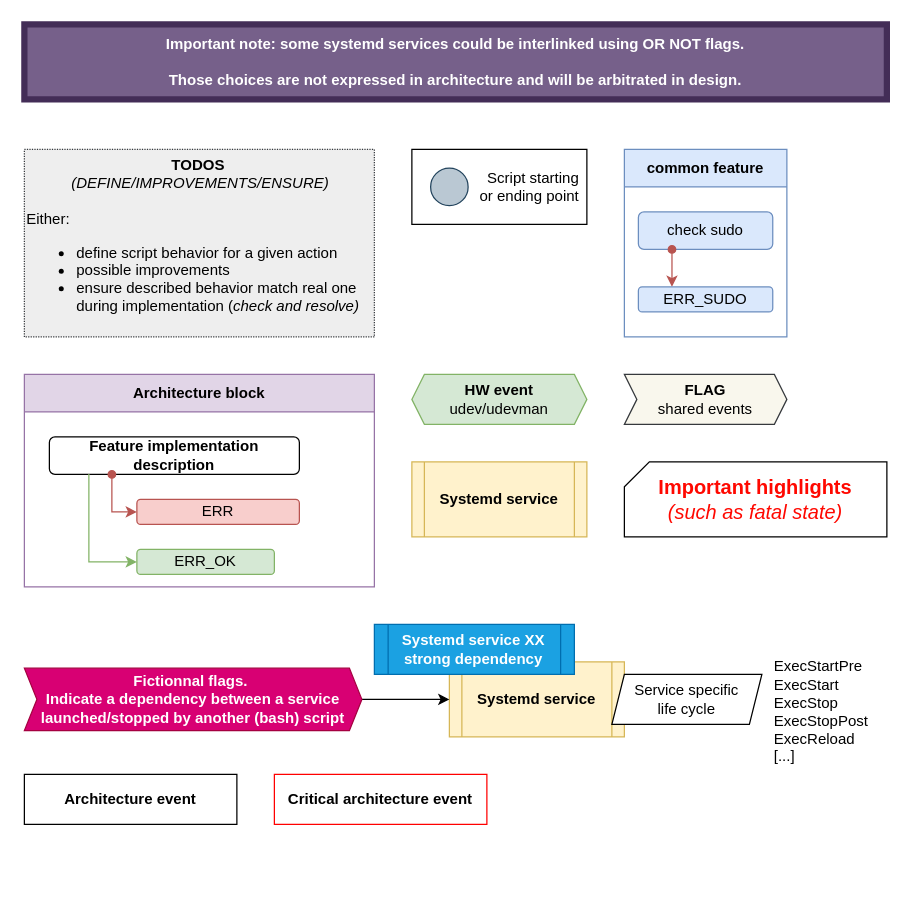
The draw.io diagram page "legend" (2 of 8) of docs/arch/arch.v4.drawio in repeact/embedded-sw, before the edit. Source tidied: cells renumbered, new cells numbered last; positions are measured from the earlier drawing's top-left corner, leaving out a move shared by most shapes. Both pictures are drawn from the tidied source at 125%, with x=0, y=0 at pixel (24, 24).
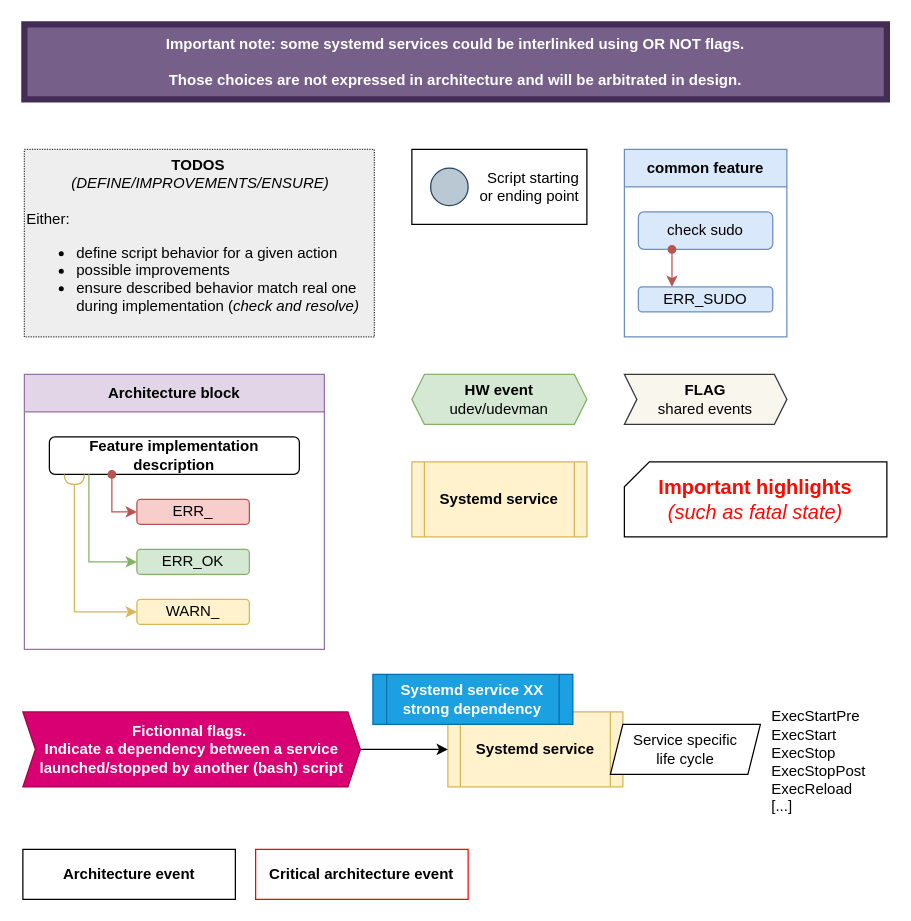
Above is the later version.

The change refers to these unchanged cells:
```xml
<mxCell id="6" value="Feature implementation description" style="rounded=1;whiteSpace=wrap;html=1;fontStyle=1;" parent="5" vertex="1">
  <mxGeometry x="20" y="50" width="200" height="30" as="geometry" />
</mxCell>
```

What changed in the source:
```diff
@@
     <mxCell id="5" value="Architecture block" style="swimlane;whiteSpace=wrap;html=1;startSize=30;fillColor=#e1d5e7;strokeColor=#9673a6;" parent="1" vertex="1">
-      <mxGeometry y="280" width="280" height="170" as="geometry" />
+      <mxGeometry y="280" width="240" height="220" as="geometry" />
     </mxCell>
@@
-    <mxCell id="8" value="ERR" style="rounded=1;whiteSpace=wrap;html=1;fillColor=#f8cecc;strokeColor=#b85450;" parent="5" vertex="1">
-      <mxGeometry x="90" y="100" width="130" height="20" as="geometry" />
+    <mxCell id="8" value="ERR_" style="rounded=1;whiteSpace=wrap;html=1;fillColor=#f8cecc;strokeColor=#b85450;" parent="5" vertex="1">
+      <mxGeometry x="90" y="100" width="90" height="20" as="geometry" />
     </mxCell>
     <mxCell id="9" value="ERR_OK" style="rounded=1;whiteSpace=wrap;html=1;fillColor=#d5e8d4;strokeColor=#82b366;" parent="5" vertex="1">
-      <mxGeometry x="90" y="140" width="110" height="20" as="geometry" />
+      <mxGeometry x="90" y="140" width="90" height="20" as="geometry" />
     </mxCell>
@@
+    <mxCell id="28" value="WARN_" style="rounded=1;whiteSpace=wrap;html=1;fillColor=#fff2cc;strokeColor=#d6b656;" parent="5" vertex="1">
+      <mxGeometry x="90" y="180" width="90" height="20" as="geometry" />
+    </mxCell>
+    <mxCell id="29" style="edgeStyle=orthogonalEdgeStyle;rounded=0;jettySize=auto;html=1;exitX=0.1;exitY=1;exitDx=0;exitDy=0;entryX=0;entryY=0.5;entryDx=0;entryDy=0;fillColor=#fff2cc;strokeColor=#d6b656;startArrow=halfCircle;startFill=0;exitPerimeter=0;" parent="5" edge="1" source="6" target="28">
+      <mxGeometry relative="1" as="geometry">
+        <Array as="points">
+          <mxPoint x="40" y="190" />
+        </Array>
+      </mxGeometry>
+    </mxCell>
@@
     <mxCell id="20" value="&lt;div&gt;&lt;span style=&quot;font-size: 12px;&quot;&gt;&lt;b&gt;Systemd service&lt;/b&gt;&lt;/span&gt;&lt;/div&gt;" style="shape=process;whiteSpace=wrap;html=1;backgroundOutline=1;size=0.07142857142857142;strokeWidth=1;fontSize=8;fillColor=#fff2cc;strokeColor=#d6b656;" parent="1" vertex="1">
-      <mxGeometry x="340" y="510" width="140" height="60" as="geometry" />
+      <mxGeometry x="338.8" y="550" width="140" height="60" as="geometry" />
     </mxCell>
     <mxCell id="21" value="&lt;div&gt;&lt;span style=&quot;font-size: 12px;&quot;&gt;&lt;b&gt;Systemd service XX strong dependency&lt;/b&gt;&lt;/span&gt;&lt;/div&gt;" style="shape=process;whiteSpace=wrap;html=1;backgroundOutline=1;size=0.07142857142857142;strokeWidth=1;fontSize=8;fillColor=#1ba1e2;strokeColor=#006EAF;fontColor=#ffffff;" parent="1" vertex="1">
-      <mxGeometry x="280" y="480" width="160" height="40" as="geometry" />
+      <mxGeometry x="278.8" y="520" width="160" height="40" as="geometry" />
     </mxCell>
@@
     <mxCell id="23" value="&lt;b&gt;Fictionnal flags.&amp;nbsp;&lt;/b&gt;&lt;div&gt;&lt;b&gt;Indicate a dependency between a service launched/stopped by another (bash) script&lt;/b&gt;&lt;/div&gt;" style="shape=step;perimeter=stepPerimeter;whiteSpace=wrap;html=1;fixedSize=1;size=10;fillColor=#d80073;strokeColor=#A50040;fontColor=#ffffff;" parent="1" vertex="1">
-      <mxGeometry y="515" width="270" height="50" as="geometry" />
+      <mxGeometry x="-1.2" y="550" width="270" height="60" as="geometry" />
     </mxCell>
     <mxCell id="24" value="Service specific life cycle" style="shape=parallelogram;perimeter=parallelogramPerimeter;whiteSpace=wrap;html=1;fixedSize=1;size=10;spacingTop=0;spacingLeft=8;spacingRight=8;" parent="1" vertex="1">
-      <mxGeometry x="470" y="520" width="120" height="40" as="geometry" />
+      <mxGeometry x="468.8" y="560" width="120" height="40" as="geometry" />
     </mxCell>
     <mxCell id="25" value="&lt;div style=&quot;&quot;&gt;&lt;span style=&quot;background-color: transparent; color: light-dark(rgb(0, 0, 0), rgb(255, 255, 255));&quot;&gt;ExecStartPre&lt;/span&gt;&lt;/div&gt;ExecStart&lt;div&gt;ExecStop&lt;/div&gt;&lt;div&gt;ExecStopPost&lt;/div&gt;&lt;div&gt;ExecReload&lt;/div&gt;&lt;div&gt;[...]&lt;/div&gt;" style="text;html=1;whiteSpace=wrap;strokeColor=none;fillColor=none;align=left;verticalAlign=middle;rounded=0;" parent="1" vertex="1">
-      <mxGeometry x="597.5" y="500" width="85" height="100" as="geometry" />
+      <mxGeometry x="596.2" y="540" width="85" height="100" as="geometry" />
     </mxCell>
     <mxCell id="26" value="&lt;b&gt;Architecture event&lt;/b&gt;" style="rounded=0;whiteSpace=wrap;html=1;strokeWidth=1;" parent="1" vertex="1">
-      <mxGeometry y="600" width="170" height="40" as="geometry" />
+      <mxGeometry x="-1.2" y="660" width="170" height="40" as="geometry" />
     </mxCell>
     <mxCell id="27" value="&lt;b&gt;Critical architecture event&lt;/b&gt;" style="rounded=0;whiteSpace=wrap;html=1;strokeWidth=1;strokeColor=#FF0000;" parent="1" vertex="1">
-      <mxGeometry x="200" y="600" width="170" height="40" as="geometry" />
+      <mxGeometry x="185" y="660" width="170" height="40" as="geometry" />
     </mxCell>
```
